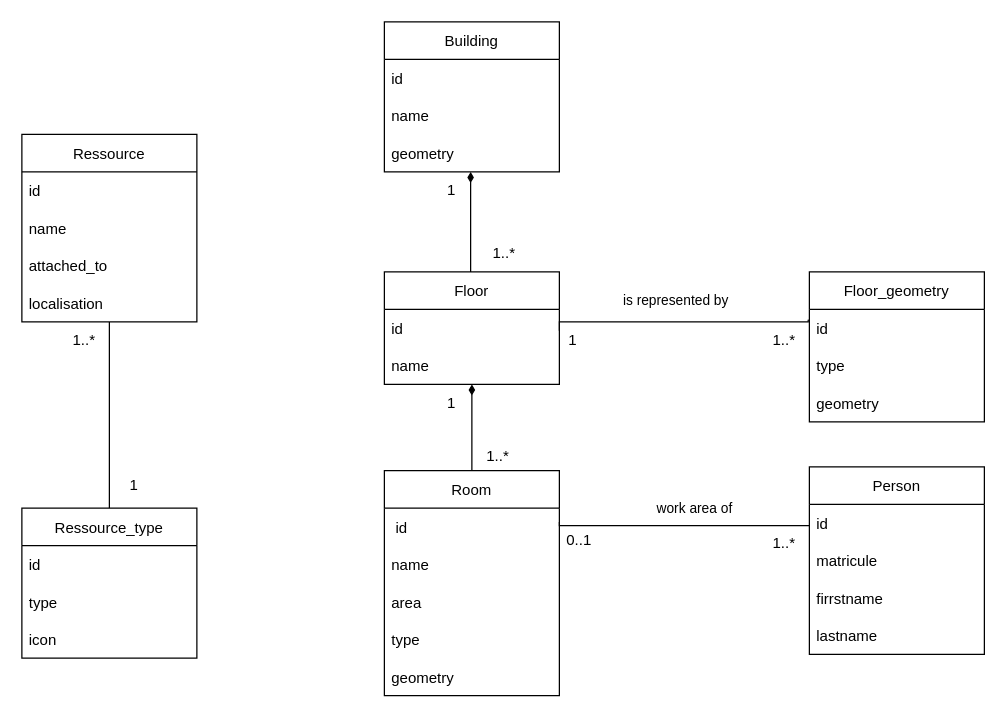
Before: 01_doc/ressource/DB_model.drawio in heig-vd-tin/plan-heigvd, a draw.io diagram. Source tidied: cells renumbered, new cells numbered last; positions are measured from the earlier drawing's top-left corner, leaving out a move shared by most shapes. Both pictures are drawn from the tidied source at 125%, with x=0, y=0 at pixel (21, 21).
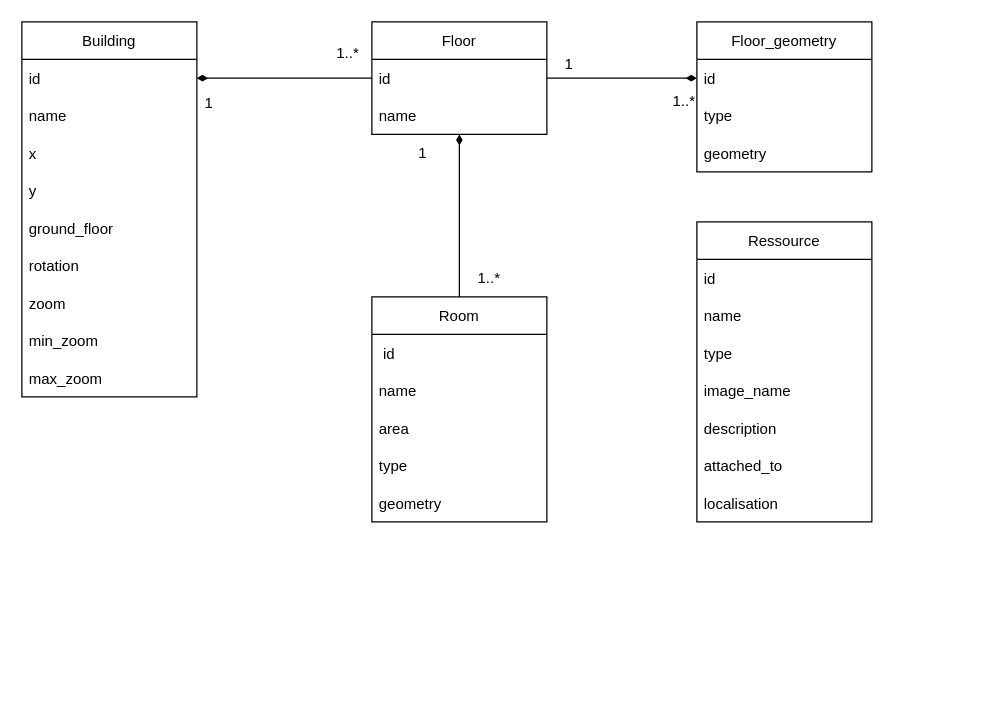
The same page after the edit.

The change refers to these unchanged cells:
```xml
<mxCell id="4" value="id" style="text;strokeColor=none;fillColor=none;align=left;verticalAlign=middle;spacingLeft=4;spacingRight=4;overflow=hidden;points=[[0,0.5],[1,0.5]];portConstraint=eastwest;" parent="3" vertex="1">
  <mxGeometry y="30" width="140" height="30" as="geometry" />
</mxCell>
<mxCell id="9" value="id" style="text;strokeColor=none;fillColor=none;align=left;verticalAlign=middle;spacingLeft=4;spacingRight=4;overflow=hidden;points=[[0,0.5],[1,0.5]];portConstraint=eastwest;" parent="8" vertex="1">
  <mxGeometry y="30" width="140" height="30" as="geometry" />
</mxCell>
```

The edit, as a diff of the source:
```diff
@@
-    <mxCell id="2" style="edgeStyle=orthogonalEdgeStyle;rounded=0;jettySize=auto;html=1;entryX=0.493;entryY=-0.033;entryDx=0;entryDy=0;entryPerimeter=0;endArrow=none;endFill=0;startArrow=diamondThin;startFill=1;" parent="1" edge="1" source="3" target="9">
-      <mxGeometry relative="1" as="geometry">
-        <Array as="points">
-          <mxPoint x="359" y="170" />
-          <mxPoint x="359" y="170" />
-        </Array>
-      </mxGeometry>
-    </mxCell>
     <mxCell id="3" value="Building" style="swimlane;fontStyle=0;horizontal=1;startSize=30;" parent="1" vertex="1">
-      <mxGeometry x="290" width="140" height="120" as="geometry" />
+      <mxGeometry width="140" height="300" as="geometry" />
     </mxCell>
@@
-    <mxCell id="6" value="geometry" style="text;strokeColor=none;fillColor=none;align=left;verticalAlign=middle;spacingLeft=4;spacingRight=4;overflow=hidden;" parent="3" vertex="1">
+    <mxCell id="6" value="x" style="text;strokeColor=none;fillColor=none;align=left;verticalAlign=middle;spacingLeft=4;spacingRight=4;overflow=hidden;" parent="3" vertex="1">
       <mxGeometry y="90" width="140" height="30" as="geometry" />
     </mxCell>
+    <mxCell id="49" value="y" style="text;strokeColor=none;fillColor=none;align=left;verticalAlign=middle;spacingLeft=4;spacingRight=4;overflow=hidden;" parent="3" vertex="1">
+      <mxGeometry y="120" width="140" height="30" as="geometry" />
+    </mxCell>
+    <mxCell id="50" value="ground_floor" style="text;strokeColor=none;fillColor=none;align=left;verticalAlign=middle;spacingLeft=4;spacingRight=4;overflow=hidden;" parent="3" vertex="1">
+      <mxGeometry y="150" width="140" height="30" as="geometry" />
+    </mxCell>
+    <mxCell id="51" value="rotation" style="text;strokeColor=none;fillColor=none;align=left;verticalAlign=middle;spacingLeft=4;spacingRight=4;overflow=hidden;" parent="3" vertex="1">
+      <mxGeometry y="180" width="140" height="30" as="geometry" />
+    </mxCell>
+    <mxCell id="52" value="zoom" style="text;strokeColor=none;fillColor=none;align=left;verticalAlign=middle;spacingLeft=4;spacingRight=4;overflow=hidden;" parent="3" vertex="1">
+      <mxGeometry y="210" width="140" height="30" as="geometry" />
+    </mxCell>
+    <mxCell id="53" value="min_zoom" style="text;strokeColor=none;fillColor=none;align=left;verticalAlign=middle;spacingLeft=4;spacingRight=4;overflow=hidden;" parent="3" vertex="1">
+      <mxGeometry y="240" width="140" height="30" as="geometry" />
+    </mxCell>
+    <mxCell id="54" value="max_zoom" style="text;strokeColor=none;fillColor=none;align=left;verticalAlign=middle;spacingLeft=4;spacingRight=4;overflow=hidden;" parent="3" vertex="1">
+      <mxGeometry y="270" width="140" height="30" as="geometry" />
+    </mxCell>
     <mxCell id="7" style="edgeStyle=orthogonalEdgeStyle;rounded=0;jettySize=auto;html=1;endArrow=none;endFill=0;startArrow=diamondThin;startFill=1;" parent="1" edge="1" source="8" target="15">
-      <mxGeometry relative="1" as="geometry" />
+      <mxGeometry relative="1" as="geometry">
+        <Array as="points">
+          <mxPoint x="350" y="250" />
+          <mxPoint x="350" y="250" />
+        </Array>
+      </mxGeometry>
     </mxCell>
     <mxCell id="8" value="Floor" style="swimlane;fontStyle=0;horizontal=1;startSize=30;" parent="1" vertex="1">
-      <mxGeometry x="290" y="200" width="140" height="90" as="geometry" />
+      <mxGeometry x="280" width="140" height="90" as="geometry" />
     </mxCell>
@@
+    <mxCell id="55" style="edgeStyle=orthogonalEdgeStyle;rounded=0;jettySize=auto;html=1;startArrow=diamondThin;startFill=1;endArrow=none;endFill=0;" parent="1" edge="1" source="11" target="8">
+      <mxGeometry relative="1" as="geometry">
+        <Array as="points">
+          <mxPoint x="530" y="45" />
+          <mxPoint x="530" y="45" />
+        </Array>
+      </mxGeometry>
+    </mxCell>
     <mxCell id="11" value="Floor_geometry" style="swimlane;fontStyle=0;horizontal=1;startSize=30;" parent="1" vertex="1">
-      <mxGeometry x="630" y="200" width="140" height="120" as="geometry" />
+      <mxGeometry x="540" width="140" height="120" as="geometry" />
     </mxCell>
@@
     <mxCell id="15" value="Room" style="swimlane;fontStyle=0;horizontal=1;startSize=30;gradientColor=#ffffff;" parent="1" vertex="1">
-      <mxGeometry x="290" y="359" width="140" height="180" as="geometry" />
+      <mxGeometry x="280" y="220" width="140" height="180" as="geometry" />
     </mxCell>
@@
-    <mxCell id="21" value="is represented by" style="edgeStyle=orthogonalEdgeStyle;rounded=0;jettySize=auto;html=1;endArrow=none;endFill=0;entryX=0.818;entryY=-0.06;entryDx=0;entryDy=0;entryPerimeter=0;" parent="1" edge="1" target="22">
-      <mxGeometry x="-0.04" y="17" relative="1" as="geometry">
-        <mxPoint x="430" y="247" as="sourcePoint" />
-        <Array as="points">
-          <mxPoint x="430" y="240" />
-          <mxPoint x="629" y="240" />
-        </Array>
-      </mxGeometry>
-    </mxCell>
     <mxCell id="22" value="1..*" style="text;html=1;strokeColor=none;fillColor=none;align=center;verticalAlign=middle;whiteSpace=wrap;rounded=0;" parent="1" vertex="1">
-      <mxGeometry x="580" y="240" width="60" height="30" as="geometry" />
+      <mxGeometry x="231" y="10" width="60" height="30" as="geometry" />
     </mxCell>
     <mxCell id="23" value="1" style="text;html=1;strokeColor=none;fillColor=none;align=center;verticalAlign=middle;whiteSpace=wrap;rounded=0;" parent="1" vertex="1">
-      <mxGeometry x="411" y="240" width="60" height="30" as="geometry" />
+      <mxGeometry x="120" y="50" width="60" height="30" as="geometry" />
     </mxCell>
     <mxCell id="24" value="1..*" style="text;html=1;strokeColor=none;fillColor=none;align=center;verticalAlign=middle;whiteSpace=wrap;rounded=0;" parent="1" vertex="1">
-      <mxGeometry x="351" y="333" width="60" height="30" as="geometry" />
+      <mxGeometry x="344" y="190" width="60" height="30" as="geometry" />
     </mxCell>
-    <mxCell id="25" value="0..1" style="text;html=1;strokeColor=none;fillColor=none;align=center;verticalAlign=middle;whiteSpace=wrap;rounded=0;" parent="1" vertex="1">
-      <mxGeometry x="416" y="400" width="60" height="30" as="geometry" />
-    </mxCell>
-    <mxCell id="26" style="edgeStyle=orthogonalEdgeStyle;rounded=0;jettySize=auto;html=1;endArrow=none;endFill=0;" parent="1" edge="1" source="27" target="43">
-      <mxGeometry relative="1" as="geometry" />
-    </mxCell>
     <mxCell id="27" value="Ressource" style="swimlane;fontStyle=0;horizontal=1;startSize=30;" parent="1" vertex="1">
-      <mxGeometry y="90" width="140" height="150" as="geometry" />
+      <mxGeometry x="540" y="160" width="140" height="240" as="geometry" />
     </mxCell>
@@
+    <mxCell id="45" value="type" style="text;strokeColor=none;fillColor=none;align=left;verticalAlign=middle;spacingLeft=4;spacingRight=4;overflow=hidden;" parent="27" vertex="1">
+      <mxGeometry y="90" width="140" height="30" as="geometry" />
+    </mxCell>
+    <mxCell id="56" value="image_name" style="text;strokeColor=none;fillColor=none;align=left;verticalAlign=middle;spacingLeft=4;spacingRight=4;overflow=hidden;" parent="27" vertex="1">
+      <mxGeometry y="120" width="140" height="30" as="geometry" />
+    </mxCell>
+    <mxCell id="57" value="description" style="text;strokeColor=none;fillColor=none;align=left;verticalAlign=middle;spacingLeft=4;spacingRight=4;overflow=hidden;" parent="27" vertex="1">
+      <mxGeometry y="150" width="140" height="30" as="geometry" />
+    </mxCell>
     <mxCell id="30" value="attached_to" style="text;strokeColor=none;fillColor=none;align=left;verticalAlign=middle;spacingLeft=4;spacingRight=4;overflow=hidden;" parent="27" vertex="1">
-      <mxGeometry y="90" width="140" height="30" as="geometry" />
+      <mxGeometry y="180" width="140" height="30" as="geometry" />
     </mxCell>
     <mxCell id="31" value="localisation" style="text;strokeColor=none;fillColor=none;align=left;verticalAlign=middle;spacingLeft=4;spacingRight=4;overflow=hidden;" parent="27" vertex="1">
-      <mxGeometry y="120" width="140" height="30" as="geometry" />
+      <mxGeometry y="210" width="140" height="30" as="geometry" />
     </mxCell>
-    <mxCell id="32" value="Person" style="swimlane;fontStyle=0;horizontal=1;startSize=30;" parent="1" vertex="1">
-      <mxGeometry x="630" y="356" width="140" height="150" as="geometry" />
-    </mxCell>
-    <mxCell id="33" value="id" style="text;strokeColor=none;fillColor=none;align=left;verticalAlign=middle;spacingLeft=4;spacingRight=4;overflow=hidden;" parent="32" vertex="1">
-      <mxGeometry y="30" width="140" height="30" as="geometry" />
-    </mxCell>
-    <mxCell id="34" value="matricule" style="text;strokeColor=none;fillColor=none;align=left;verticalAlign=middle;spacingLeft=4;spacingRight=4;overflow=hidden;" parent="32" vertex="1">
-      <mxGeometry y="60" width="140" height="30" as="geometry" />
-    </mxCell>
-    <mxCell id="35" value="firrstname" style="text;strokeColor=none;fillColor=none;align=left;verticalAlign=middle;spacingLeft=4;spacingRight=4;overflow=hidden;" parent="32" vertex="1">
-      <mxGeometry y="90" width="140" height="30" as="geometry" />
-    </mxCell>
-    <mxCell id="36" value="lastname" style="text;strokeColor=none;fillColor=none;align=left;verticalAlign=middle;spacingLeft=4;spacingRight=4;overflow=hidden;" parent="32" vertex="1">
-      <mxGeometry y="120" width="140" height="30" as="geometry" />
-    </mxCell>
-    <mxCell id="37" style="edgeStyle=orthogonalEdgeStyle;rounded=0;orthogonalLoop=1;jettySize=auto;html=1;entryX=0;entryY=0.5;entryDx=0;entryDy=0;endArrow=none;endFill=0;" parent="1" edge="1">
-      <mxGeometry relative="1" as="geometry">
-        <mxPoint x="430" y="400" as="sourcePoint" />
-        <mxPoint x="630" y="403" as="targetPoint" />
-        <Array as="points">
-          <mxPoint x="430" y="403" />
-        </Array>
-      </mxGeometry>
-    </mxCell>
-    <mxCell id="38" value="work area of" style="edgeLabel;html=1;align=center;verticalAlign=middle;" parent="37" vertex="1">
-      <mxGeometry x="0.2" y="4" relative="1" as="geometry">
-        <mxPoint x="-12" y="-11" as="offset" />
-      </mxGeometry>
-    </mxCell>
-    <mxCell id="39" value="1..*" style="text;html=1;strokeColor=none;fillColor=none;align=center;verticalAlign=middle;whiteSpace=wrap;rounded=0;" parent="1" vertex="1">
-      <mxGeometry x="580" y="402" width="60" height="30" as="geometry" />
-    </mxCell>
     <mxCell id="40" value="1..*" style="text;html=1;strokeColor=none;fillColor=none;align=center;verticalAlign=middle;whiteSpace=wrap;rounded=0;" parent="1" vertex="1">
-      <mxGeometry x="356" y="170" width="60" height="30" as="geometry" />
+      <mxGeometry x="500" y="49" width="60" height="30" as="geometry" />
     </mxCell>
     <mxCell id="41" value="1" style="text;html=1;strokeColor=none;fillColor=none;align=center;verticalAlign=middle;whiteSpace=wrap;rounded=0;" parent="1" vertex="1">
-      <mxGeometry x="314" y="120" width="60" height="30" as="geometry" />
+      <mxGeometry x="291" y="90" width="60" height="30" as="geometry" />
     </mxCell>
-    <mxCell id="42" value="1" style="text;html=1;strokeColor=none;fillColor=none;align=center;verticalAlign=middle;whiteSpace=wrap;rounded=0;" parent="1" vertex="1">
-      <mxGeometry x="314" y="290" width="60" height="30" as="geometry" />
-    </mxCell>
-    <mxCell id="43" value="Ressource_type" style="swimlane;fontStyle=0;horizontal=1;startSize=30;" parent="1" vertex="1">
-      <mxGeometry y="389" width="140" height="120" as="geometry" />
-    </mxCell>
-    <mxCell id="44" value="id" style="text;strokeColor=none;fillColor=none;align=left;verticalAlign=middle;spacingLeft=4;spacingRight=4;overflow=hidden;" parent="43" vertex="1">
-      <mxGeometry y="30" width="140" height="30" as="geometry" />
-    </mxCell>
-    <mxCell id="45" value="type" style="text;strokeColor=none;fillColor=none;align=left;verticalAlign=middle;spacingLeft=4;spacingRight=4;overflow=hidden;" parent="43" vertex="1">
-      <mxGeometry y="60" width="140" height="30" as="geometry" />
-    </mxCell>
-    <mxCell id="46" value="icon" style="text;strokeColor=none;fillColor=none;align=left;verticalAlign=middle;spacingLeft=4;spacingRight=4;overflow=hidden;" parent="43" vertex="1">
-      <mxGeometry y="90" width="140" height="30" as="geometry" />
-    </mxCell>
-    <mxCell id="47" value="1" style="text;html=1;strokeColor=none;fillColor=none;align=center;verticalAlign=middle;whiteSpace=wrap;rounded=0;" parent="1" vertex="1">
-      <mxGeometry x="60" y="356" width="60" height="30" as="geometry" />
-    </mxCell>
-    <mxCell id="48" value="1..*" style="text;html=1;strokeColor=none;fillColor=none;align=center;verticalAlign=middle;whiteSpace=wrap;rounded=0;" parent="1" vertex="1">
-      <mxGeometry x="20" y="240" width="60" height="30" as="geometry" />
-    </mxCell>
+    <mxCell id="58" style="edgeStyle=orthogonalEdgeStyle;rounded=0;jettySize=auto;html=1;startArrow=diamondThin;startFill=1;endArrow=none;endFill=0;" parent="1" edge="1" source="4" target="9">
+      <mxGeometry relative="1" as="geometry" />
+    </mxCell>
+    <mxCell id="59" value="1" style="text;html=1;strokeColor=none;fillColor=none;align=center;verticalAlign=middle;whiteSpace=wrap;rounded=0;" parent="1" vertex="1">
+      <mxGeometry x="408" y="19" width="60" height="30" as="geometry" />
+    </mxCell>
```
